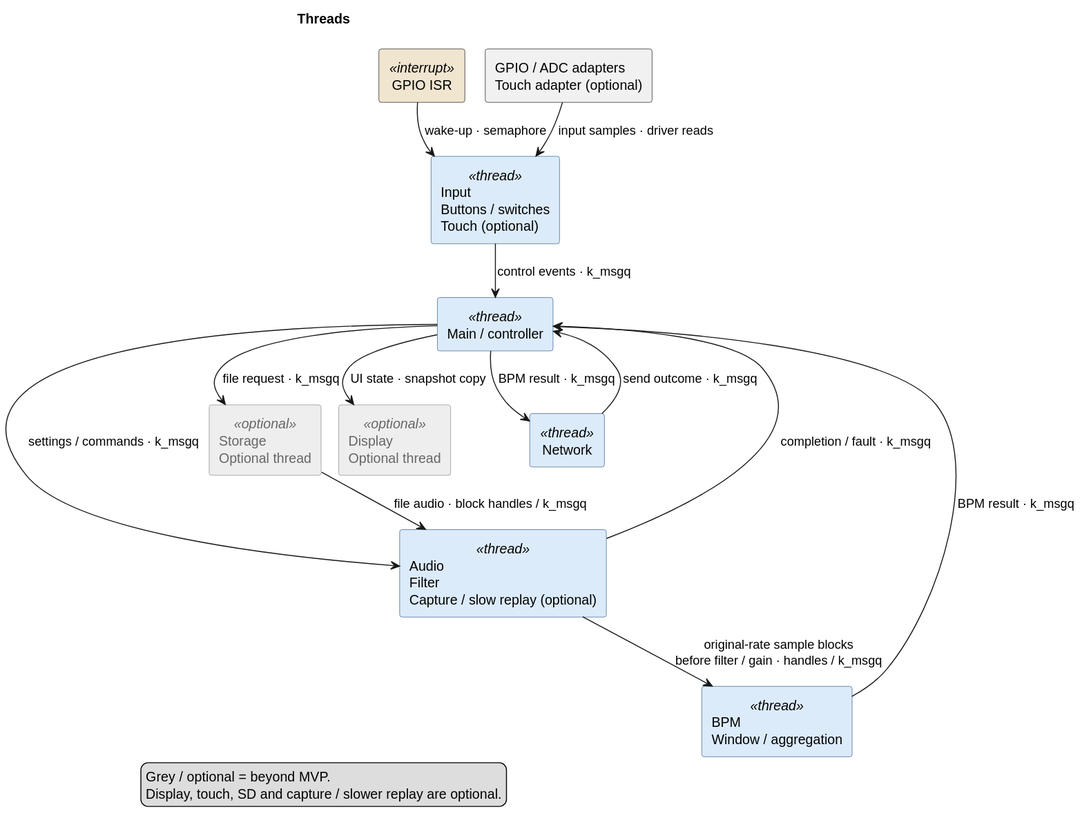
Before: Development/system/architecture/rendered/runtime_ownership.svg, a diagram exported from PlantUML (DemonicPsychoII/DigitalStethoscope).
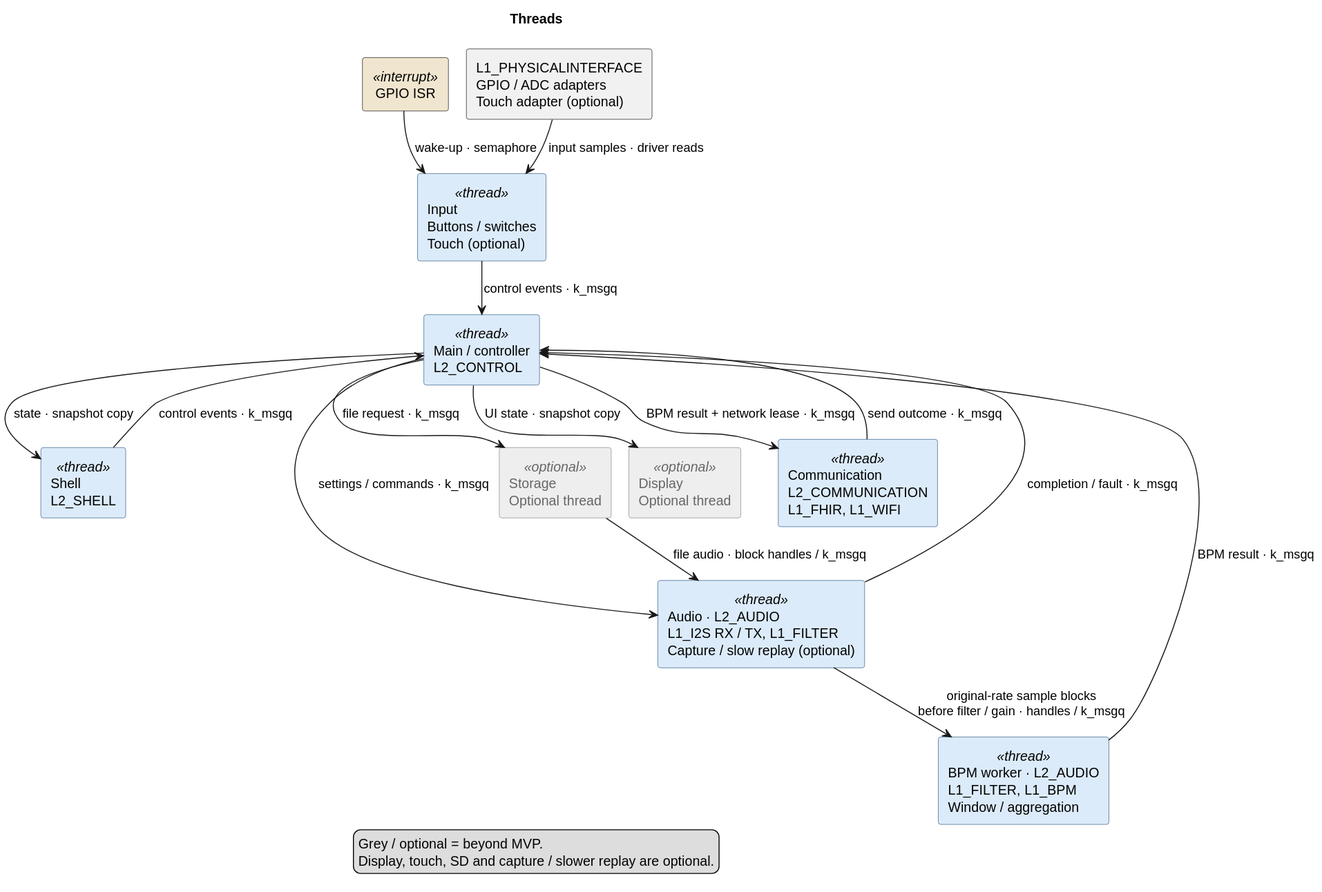
Later version of the same file.

The edit, as a diff of the source:
```diff
@@ -21,17 +21,20 @@
  BackgroundColor<<interrupt>> #F0E5CF
 }
 component "GPIO ISR" as irq <<interrupt>>
-component "GPIO / ADC adapters\nTouch adapter (optional)" as adapters
+component "L1_PHYSICALINTERFACE\nGPIO / ADC adapters\nTouch adapter (optional)" as adapters
 component "Input\nButtons / switches\nTouch (optional)" as inp <<thread>>
-component "Main / controller" as ctl <<thread>>
-component "Audio\nFilter\nCapture / slow replay (optional)" as audio <<thread>>
-component "BPM\nWindow / aggregation" as bpm <<thread>>
+component "Shell\nL2_SHELL" as shell <<thread>>
+component "Main / controller\nL2_CONTROL" as ctl <<thread>>
+component "Audio · L2_AUDIO\nL1_I2S RX / TX, L1_FILTER\nCapture / slow replay (optional)" as audio <<thread>>
+component "BPM worker · L2_AUDIO\nL1_FILTER, L1_BPM\nWindow / aggregation" as bpm <<thread>>
 component "Storage\nOptional thread" as storage <<optional>>
 component "Display\nOptional thread" as display <<optional>>
-component "Network" as net <<thread>>
+component "Communication\nL2_COMMUNICATION\nL1_FHIR, L1_WIFI" as net <<thread>>
 irq --> inp : wake-up · semaphore
 adapters --> inp : input samples · driver reads
 inp --> ctl : control events · k_msgq
+shell --> ctl : control events · k_msgq
+ctl --> shell : state · snapshot copy
 ctl --> audio : settings / commands · k_msgq
 audio --> bpm : original-rate sample blocks\nbefore filter / gain · handles / k_msgq
 bpm --> ctl : BPM result · k_msgq
@@ -39,7 +42,7 @@
 ctl --> storage : file request · k_msgq
 storage --> audio : file audio · block handles / k_msgq
 ctl --> display : UI state · snapshot copy
-ctl --> net : BPM result · k_msgq
+ctl --> net : BPM result + network lease · k_msgq
 net --> ctl : send outcome · k_msgq
 legend bottom
   Grey / optional = beyond MVP.
```
